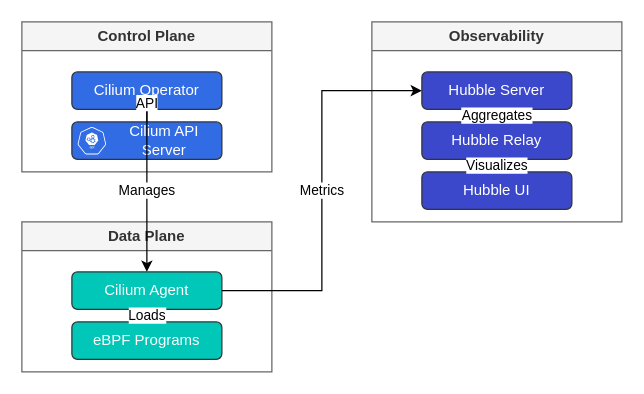
The draw.io diagram assets/generated-diagrams/cilium_tools_architecture.drawio in Atom-oh/kubernetes-docs, before the edit. Source tidied: cells renumbered, new cells numbered last; positions are measured from the earlier drawing's top-left corner, leaving out a move shared by most shapes. Both pictures are drawn from the tidied source at 125%, with x=0, y=0 at pixel (21, 21).
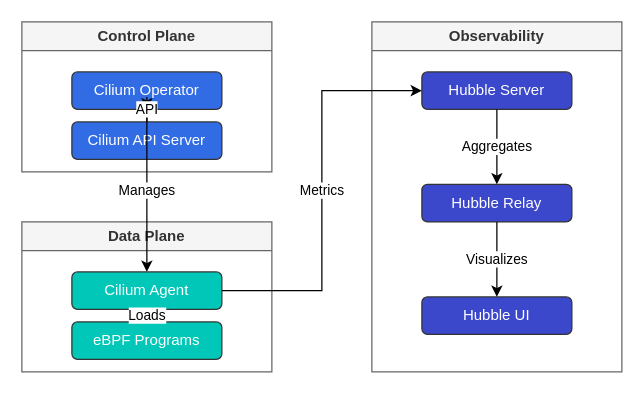
Above is the later version.

Unchanged cells that the change refers to:
```xml
<mxCell id="2" value="Control Plane" style="swimlane;whiteSpace=wrap;html=1;fillColor=#f5f5f5;strokeColor=#666666;fontColor=#333333;fontSize=12;" parent="1" vertex="1">
  <mxGeometry width="200" height="120" as="geometry" />
</mxCell>
<mxCell id="3" value="Cilium Operator" style="rounded=1;whiteSpace=wrap;html=1;fillColor=#326CE5;strokeColor=#333333;fontColor=#FFFFFF;fontSize=12;" parent="2" vertex="1">
  <mxGeometry x="40" y="40" width="120" height="30" as="geometry" />
</mxCell>
```

Diff of the diagram source:
```diff
@@
-    <mxCell id="4" value="Cilium API Server" style="rounded=1;whiteSpace=wrap;html=1;fillColor=#326CE5;strokeColor=#333333;fontColor=#FFFFFF;fontSize=12;spacingLeft=28;" parent="2" vertex="1">
+    <mxCell id="4" value="Cilium API Server" style="rounded=1;whiteSpace=wrap;html=1;fillColor=#326CE5;strokeColor=#333333;fontColor=#FFFFFF;fontSize=12;" parent="2" vertex="1">
       <mxGeometry x="40" y="80" width="120" height="30" as="geometry" />
     </mxCell>
@@
     <mxCell id="8" value="Observability" style="swimlane;whiteSpace=wrap;html=1;fillColor=#f5f5f5;strokeColor=#666666;fontColor=#333333;fontSize=12;" parent="1" vertex="1">
-      <mxGeometry x="280" width="200" height="160" as="geometry" />
+      <mxGeometry x="280" width="200" height="280" as="geometry" />
     </mxCell>
@@
     <mxCell id="10" value="Hubble Relay" style="rounded=1;whiteSpace=wrap;html=1;fillColor=#3B48CC;strokeColor=#333333;fontColor=#FFFFFF;fontSize=12;" parent="8" vertex="1">
-      <mxGeometry x="40" y="80" width="120" height="30" as="geometry" />
+      <mxGeometry x="40" y="130" width="120" height="30" as="geometry" />
     </mxCell>
     <mxCell id="11" value="Hubble UI" style="rounded=1;whiteSpace=wrap;html=1;fillColor=#3B48CC;strokeColor=#333333;fontColor=#FFFFFF;fontSize=12;" parent="8" vertex="1">
-      <mxGeometry x="40" y="120" width="120" height="30" as="geometry" />
+      <mxGeometry x="40" y="220" width="120" height="30" as="geometry" />
     </mxCell>
@@
     <mxCell id="13" value="API" style="edgeStyle=orthogonalEdgeStyle;rounded=0;jettySize=auto;html=1;exitX=0.5;exitY=0;exitDx=0;exitDy=0;entryX=0.5;entryY=1;entryDx=0;entryDy=0;strokeWidth=1;" parent="1" edge="1" source="4" target="3">
-      <mxGeometry relative="1" as="geometry">
+      <mxGeometry x="1" relative="1" as="geometry">
         <Array as="points">
           <mxPoint x="100" y="60" />
           <mxPoint x="100" y="60" />
         </Array>
       </mxGeometry>
     </mxCell>
@@
-    <mxCell id="18" style="sketch=0;fontColor=#232F3E;gradientColor=none;fillColor=#326CE5;strokeColor=none;dashed=0;verticalLabelPosition=middle;verticalAlign=middle;align=left;html=1;fontSize=0;fontStyle=0;shape=mxgraph.kubernetes.icon;prIcon=api;" parent="2" vertex="1">
-      <mxGeometry x="44" y="84" width="24" height="22" as="geometry" />
-    </mxCell>
```
